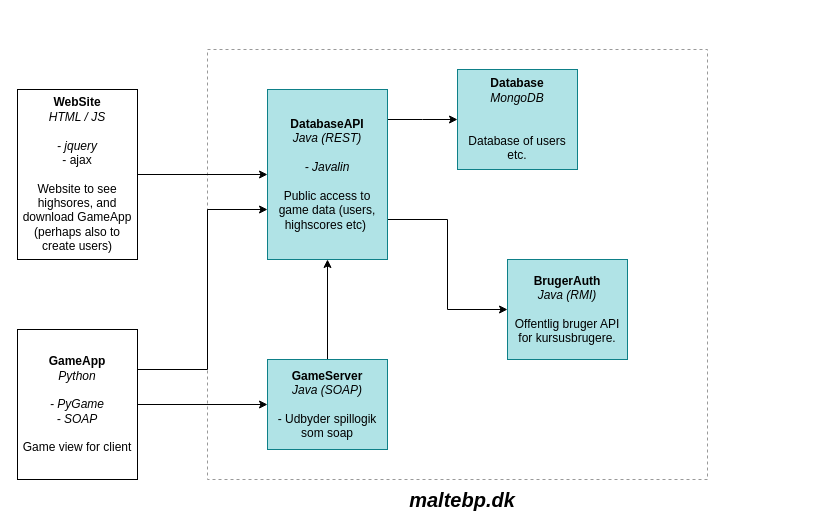
Before: network_topology.drawio in maltebp/HangmanOnline, a draw.io diagram. Source tidied: cells renumbered, new cells numbered last; positions are measured from the earlier drawing's top-left corner, leaving out a move shared by most shapes. Both pictures are drawn from the tidied source at 100%, with x=0, y=0 at pixel (17, 49).
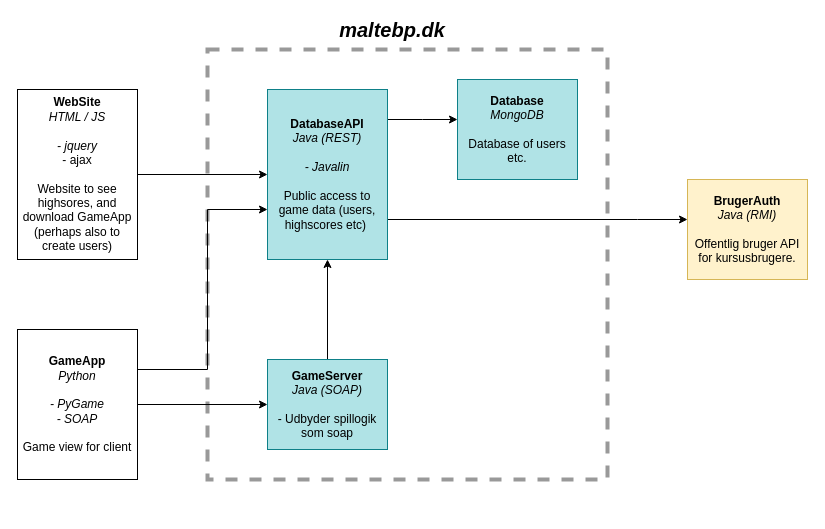
The same page after the edit.

Commit message:
satte bruger Auth ud af maltedb og lavede style ændringer

Unchanged cells that the change refers to:
```xml
<mxCell id="4" value="&lt;b&gt;GameServer&lt;/b&gt;&lt;br&gt;&lt;i&gt;Java (SOAP)&lt;br&gt;&lt;/i&gt;&lt;br&gt;- Udbyder spillogik som soap" style="rounded=0;whiteSpace=wrap;html=1;fillColor=#b0e3e6;strokeColor=#0e8088;" parent="1" vertex="1">
  <mxGeometry x="250" y="310" width="120" height="90" as="geometry" />
</mxCell>
<mxCell id="11" value="&lt;b&gt;DatabaseAPI&lt;br&gt;&lt;/b&gt;&lt;i&gt;Java (REST)&lt;/i&gt;&lt;br&gt;&lt;br&gt;&lt;i&gt;- Javalin&lt;/i&gt;&lt;br&gt;&lt;br&gt;Public access to game data (users, highscores etc)&amp;nbsp;" style="rounded=0;whiteSpace=wrap;html=1;fillColor=#b0e3e6;strokeColor=#0e8088;" parent="1" vertex="1">
  <mxGeometry x="250" y="40" width="120" height="170" as="geometry" />
</mxCell>
```

Diff of the diagram source:
```diff
@@
-    <mxCell id="2" style="rounded=0;whiteSpace=wrap;html=1;strokeColor=#999999;dashed=1;fillColor=none;" parent="1" vertex="1">
-      <mxGeometry x="190" width="500" height="430" as="geometry" />
+    <mxCell id="2" style="rounded=0;whiteSpace=wrap;html=1;strokeColor=#999999;dashed=1;fillColor=none;strokeWidth=4;" parent="1" vertex="1">
+      <mxGeometry x="190" width="400" height="430" as="geometry" />
     </mxCell>
-    <mxCell id="3" style="edgeStyle=orthogonalEdgeStyle;rounded=0;jettySize=auto;html=1;strokeColor=#000000;" parent="1" edge="1" source="4" target="11">
+    <mxCell id="3" style="edgeStyle=orthogonalEdgeStyle;rounded=0;jettySize=auto;html=1;strokeColor=#000000;shadow=0;comic=0;" parent="1" edge="1" source="4" target="11">
       <mxGeometry relative="1" as="geometry" />
     </mxCell>
@@
-    <mxCell id="10" style="edgeStyle=orthogonalEdgeStyle;rounded=0;jettySize=auto;html=1;strokeColor=#000000;" parent="1" edge="1" source="11" target="13">
+    <mxCell id="10" style="edgeStyle=orthogonalEdgeStyle;rounded=0;jettySize=auto;html=1;strokeColor=#000000;comic=0;" parent="1" edge="1" source="11" target="13">
       <mxGeometry relative="1" as="geometry">
         <Array as="points">
-          <mxPoint x="430" y="170" />
-          <mxPoint x="430" y="260" />
+          <mxPoint x="620" y="170" />
+          <mxPoint x="620" y="170" />
         </Array>
       </mxGeometry>
     </mxCell>
@@
-    <mxCell id="12" value="&lt;b&gt;Database&lt;br&gt;&lt;/b&gt;&lt;i&gt;MongoDB&lt;/i&gt;&lt;br&gt;&lt;br&gt;&lt;br&gt;Database of users etc." style="rounded=0;whiteSpace=wrap;html=1;fillColor=#b0e3e6;strokeColor=#0e8088;" parent="1" vertex="1">
-      <mxGeometry x="440" y="20" width="120" height="100" as="geometry" />
+    <mxCell id="12" value="&lt;b&gt;Database&lt;br&gt;&lt;/b&gt;&lt;i&gt;MongoDB&lt;/i&gt;&lt;br&gt;&lt;div&gt;&lt;br&gt;&lt;/div&gt;Database of users etc." style="rounded=0;whiteSpace=wrap;html=1;fillColor=#b0e3e6;strokeColor=#0e8088;" parent="1" vertex="1">
+      <mxGeometry x="440" y="30" width="120" height="100" as="geometry" />
     </mxCell>
-    <mxCell id="13" value="&lt;b&gt;BrugerAuth&lt;br&gt;&lt;/b&gt;&lt;i&gt;Java (RMI)&lt;/i&gt;&lt;br&gt;&lt;br&gt;Offentlig bruger API for kursusbrugere." style="rounded=0;whiteSpace=wrap;html=1;fillColor=#b0e3e6;strokeColor=#0e8088;" parent="1" vertex="1">
-      <mxGeometry x="490" y="210" width="120" height="100" as="geometry" />
+    <mxCell id="13" value="&lt;b&gt;BrugerAuth&lt;br&gt;&lt;/b&gt;&lt;i&gt;Java (RMI)&lt;/i&gt;&lt;br&gt;&lt;br&gt;Offentlig bruger API for kursusbrugere." style="rounded=0;whiteSpace=wrap;html=1;fillColor=#fff2cc;strokeColor=#d6b656;" parent="1" vertex="1">
+      <mxGeometry x="670" y="130" width="120" height="100" as="geometry" />
     </mxCell>
@@
     <mxCell id="15" value="&lt;font style=&quot;font-size: 20px&quot;&gt;&lt;b&gt;&lt;i&gt;maltebp.dk&lt;/i&gt;&lt;/b&gt;&lt;/font&gt;" style="text;html=1;strokeColor=none;fillColor=none;align=center;verticalAlign=middle;whiteSpace=wrap;rounded=0;dashed=1;" parent="1" vertex="1">
-      <mxGeometry x="370" y="440" width="150" height="20" as="geometry" />
+      <mxGeometry x="300" y="-30" width="150" height="20" as="geometry" />
     </mxCell>
```
